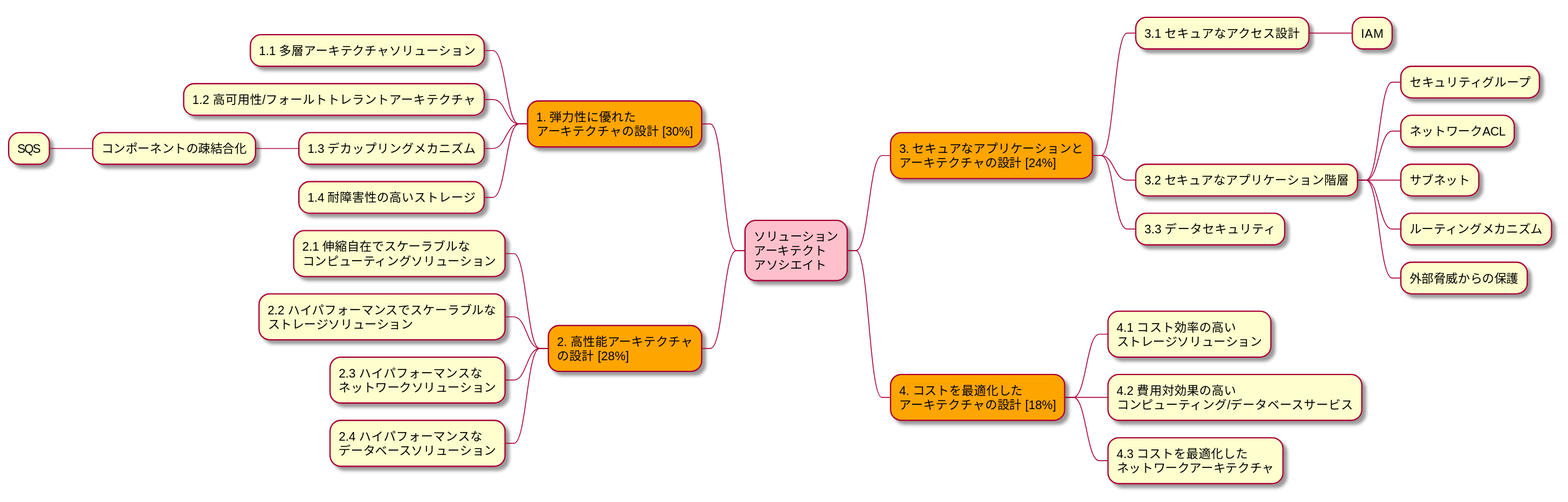
Before: solution-architect-associate/assets/exam-coverage.svg, a diagram exported from PlantUML (uents/aws-training). The source it was exported from:
```plantuml
@startmindmap
-[#Pink] ソリューション\nアーキテクト\nアソシエイト

--[#Orange] 1. 弾力性に優れた\nアーキテクチャの設計 [30%]
--- 1.1 多層アーキテクチャソリューション
--- 1.2 高可用性/フォールトトレラントアーキテクチャ
--- 1.3 デカップリングメカニズム
---- コンポーネントの疎結合化
----- SQS
--- 1.4 耐障害性の高いストレージ

--[#Orange] 2. 高性能アーキテクチャ\nの設計 [28%]
--- 2.1 伸縮自在でスケーラブルな\nコンピューティングソリューション
--- 2.2 ハイパフォーマンスでスケーラブルな\nストレージソリューション
--- 2.3 ハイパフォーマンスな\nネットワークソリューション
--- 2.4 ハイパフォーマンスな\nデータベースソリューション

++[#Orange] 3. セキュアなアプリケーションと\nアーキテクチャの設計 [24%]
+++ 3.1 セキュアなアクセス設計
++++ IAM
+++ 3.2 セキュアなアプリケーション階層
++++ セキュリティグループ
++++ ネットワークACL
++++ サブネット
++++ ルーティングメカニズム
++++ 外部脅威からの保護
+++ 3.3 データセキュリティ

++[#Orange] 4. コストを最適化した\nアーキテクチャの設計 [18%]
+++ 4.1 コスト効率の高い\nストレージソリューション
+++ 4.2 費用対効果の高い\nコンピューティング/データベースサービス
+++ 4.3 コストを最適化した\nネットワークアーキテクチャ

@endmindmap
```
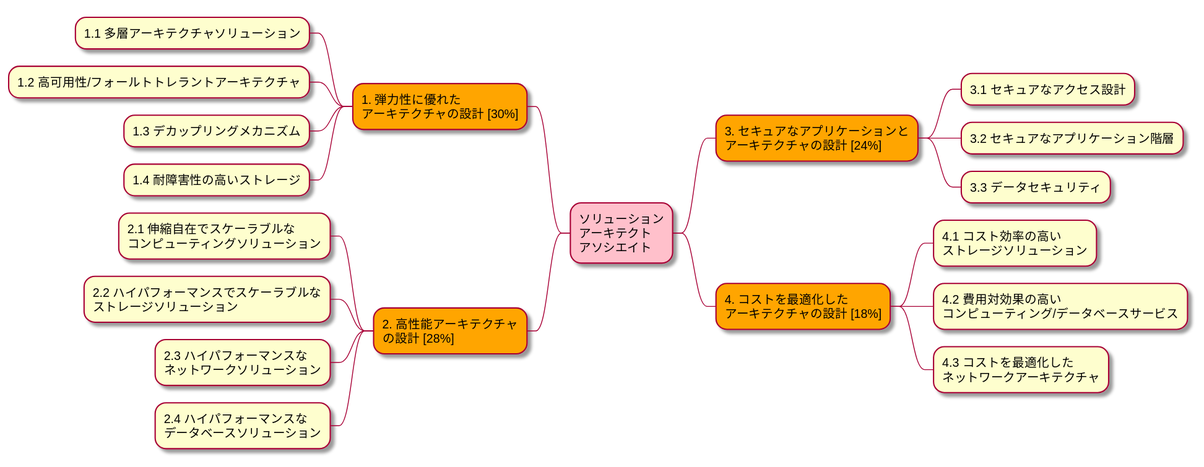
The same diagram one commit later.

Commit message:
[refs #30] Well-Architected Frameworkの概要を整理

What changed in the source:
```diff
@@ -5,8 +5,6 @@
 --- 1.1 多層アーキテクチャソリューション
 --- 1.2 高可用性/フォールトトレラントアーキテクチャ
 --- 1.3 デカップリングメカニズム
----- コンポーネントの疎結合化
------ SQS
 --- 1.4 耐障害性の高いストレージ
 
 --[#Orange] 2. 高性能アーキテクチャ\nの設計 [28%]
@@ -17,13 +15,7 @@
 
 ++[#Orange] 3. セキュアなアプリケーションと\nアーキテクチャの設計 [24%]
 +++ 3.1 セキュアなアクセス設計
-++++ IAM
 +++ 3.2 セキュアなアプリケーション階層
-++++ セキュリティグループ
-++++ ネットワークACL
-++++ サブネット
-++++ ルーティングメカニズム
-++++ 外部脅威からの保護
 +++ 3.3 データセキュリティ
 
 ++[#Orange] 4. コストを最適化した\nアーキテクチャの設計 [18%]
```
